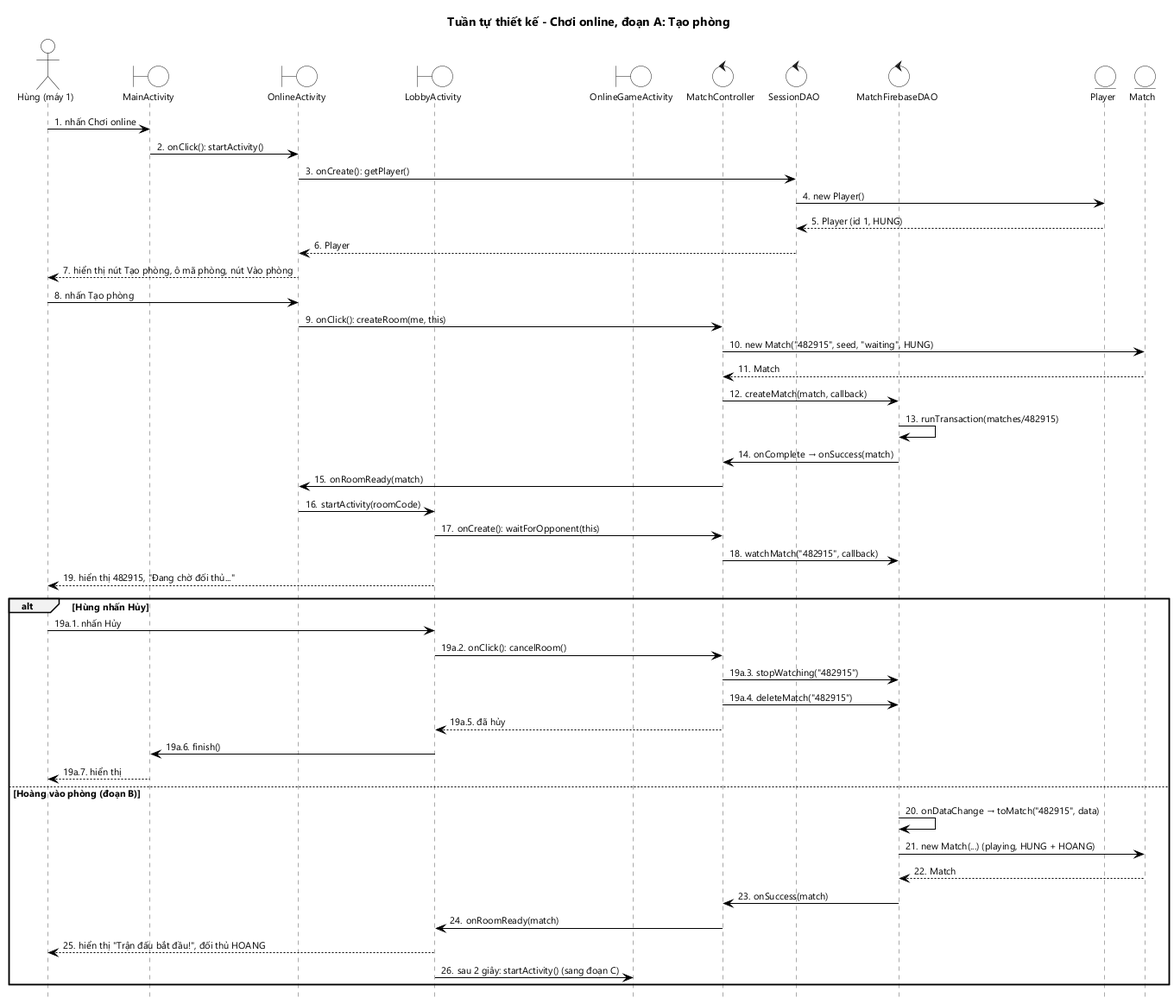
Before: docs/hung/tuan-tu-thiet-ke-uc05a.png, a diagram exported from PlantUML (HungNguyenBa1811/math-dash). Source of this version:
```plantuml
@startuml tuan-tu-thiet-ke-uc05a
!include _seq.iuml
title Tuần tự thiết kế - Chơi online, đoạn A: Tạo phòng

actor "Hùng (máy 1)" as U
boundary MainActivity as MA
boundary OnlineActivity as OA
boundary LobbyActivity as LA
boundary OnlineGameActivity as GA
control MatchController as MC
control SessionDAO as SD
control MatchFirebaseDAO as MFD
entity Player as P
entity Match as M

U -> MA : nhấn Chơi online
MA -> OA : onClick(): startActivity()
OA -> SD : onCreate(): getPlayer()
SD -> P : new Player()
P --> SD : Player (id 1, HUNG)
SD --> OA : Player
OA --> U : hiển thị nút Tạo phòng, ô mã phòng, nút Vào phòng
U -> OA : nhấn Tạo phòng
OA -> MC : onClick(): createRoom(me, this)
MC -> M : new Match("482915", seed, "waiting", HUNG)
M --> MC : Match
MC -> MFD : createMatch(match, callback)
MFD -> MFD : runTransaction(matches/482915)
MFD -> MC : onComplete → onSuccess(match)
MC -> OA : onRoomReady(match)
OA -> LA : startActivity(roomCode)
LA -> MC : onCreate(): waitForOpponent(this)
MC -> MFD : watchMatch("482915", callback)
LA --> U : hiển thị 482915, "Đang chờ đối thủ..."
alt Hùng nhấn Hủy
  autonumber stop
  U -> LA : 19a.1. nhấn Hủy
  LA -> MC : 19a.2. onClick(): cancelRoom()
  MC -> MFD : 19a.3. stopWatching("482915")
  MC -> MFD : 19a.4. deleteMatch("482915")
  MC --> LA : 19a.5. đã hủy
  LA -> MA : 19a.6. finish()
  MA --> U : 19a.7. hiển thị
  autonumber resume
else Hoàng vào phòng (đoạn B)
  MFD -> MFD : onDataChange → toMatch("482915", data)
  MFD -> M : new Match(...) (playing, HUNG + HOANG)
  M --> MFD : Match
  MFD -> MC : onSuccess(match)
  MC -> LA : onRoomReady(match)
  LA --> U : hiển thị "Trận đấu bắt đầu!", đối thủ HOANG
  LA -> GA : sau 2 giây: startActivity() (sang đoạn C)
end
@enduml
```
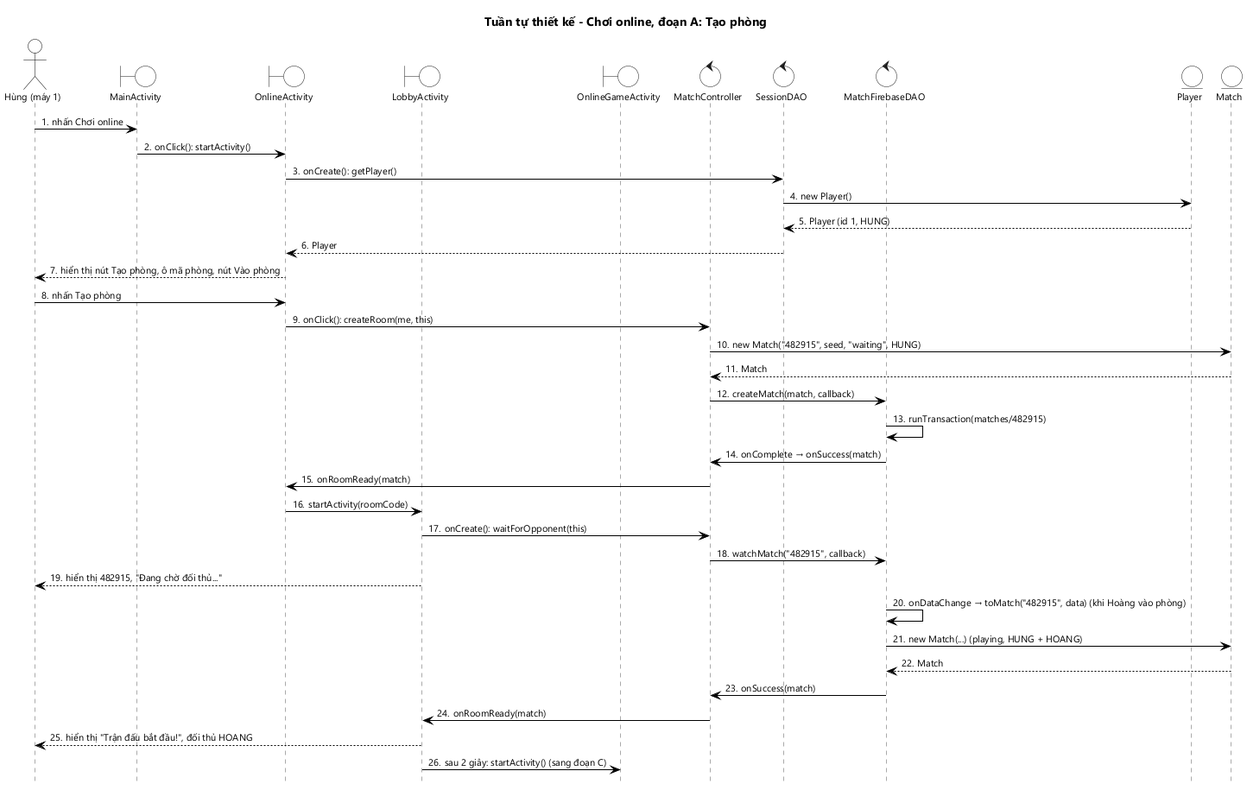
After the change.

The edit, as a diff of the source:
```diff
@@ -32,23 +32,11 @@
 LA -> MC : onCreate(): waitForOpponent(this)
 MC -> MFD : watchMatch("482915", callback)
 LA --> U : hiển thị 482915, "Đang chờ đối thủ..."
-alt Hùng nhấn Hủy
-  autonumber stop
-  U -> LA : 19a.1. nhấn Hủy
-  LA -> MC : 19a.2. onClick(): cancelRoom()
-  MC -> MFD : 19a.3. stopWatching("482915")
-  MC -> MFD : 19a.4. deleteMatch("482915")
-  MC --> LA : 19a.5. đã hủy
-  LA -> MA : 19a.6. finish()
-  MA --> U : 19a.7. hiển thị
-  autonumber resume
-else Hoàng vào phòng (đoạn B)
-  MFD -> MFD : onDataChange → toMatch("482915", data)
-  MFD -> M : new Match(...) (playing, HUNG + HOANG)
-  M --> MFD : Match
-  MFD -> MC : onSuccess(match)
-  MC -> LA : onRoomReady(match)
-  LA --> U : hiển thị "Trận đấu bắt đầu!", đối thủ HOANG
-  LA -> GA : sau 2 giây: startActivity() (sang đoạn C)
-end
+MFD -> MFD : onDataChange → toMatch("482915", data) (khi Hoàng vào phòng)
+MFD -> M : new Match(...) (playing, HUNG + HOANG)
+M --> MFD : Match
+MFD -> MC : onSuccess(match)
+MC -> LA : onRoomReady(match)
+LA --> U : hiển thị "Trận đấu bắt đầu!", đối thủ HOANG
+LA -> GA : sau 2 giây: startActivity() (sang đoạn C)
 @enduml
```
